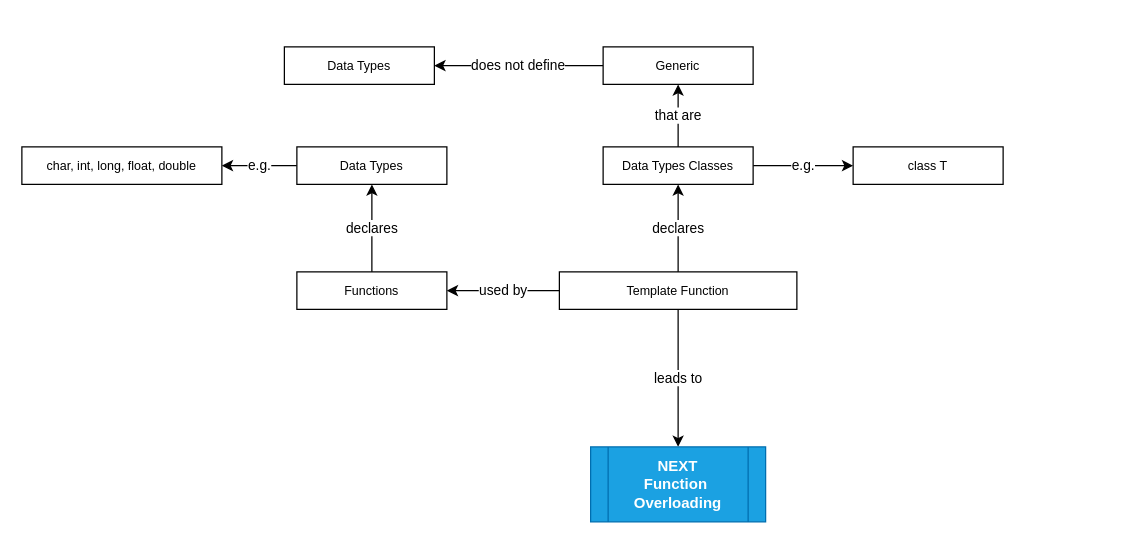
The draw.io diagram page "Template Func (5)" (6 of 17) of revision/Supplementary/Mindmapcpp.drawio in BSCdfdff/LearnCppProgramming, before the edit. Source tidied: cells renumbered, new cells numbered last; positions are measured from the earlier drawing's top-left corner, leaving out a move shared by most shapes. Both pictures are drawn from the tidied source at 125%, with x=0, y=0 at pixel (21, 46).
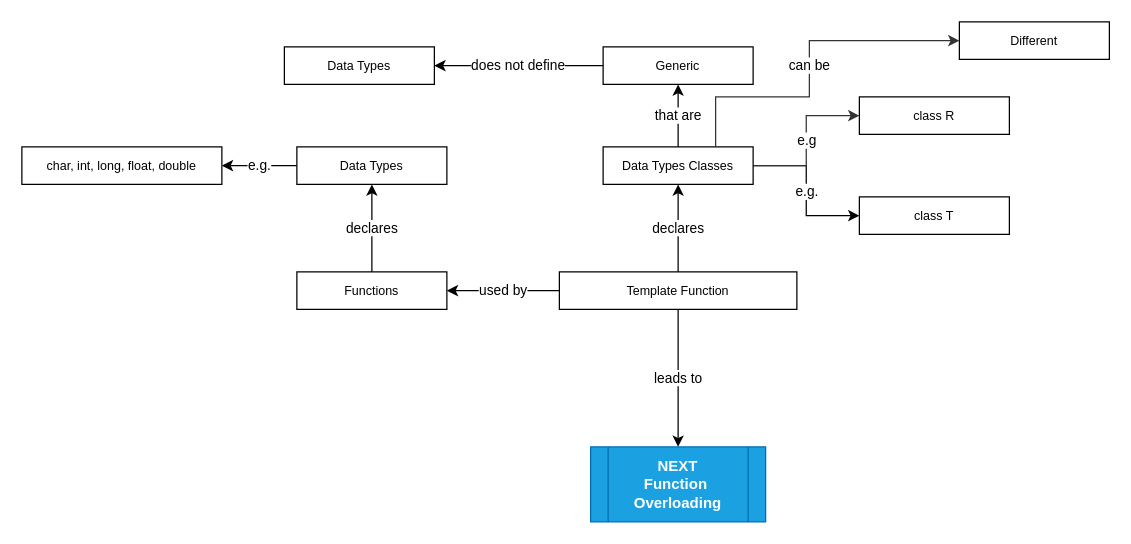
The same page after the edit.

Unchanged cells that the change refers to:
```xml
<mxCell id="12" value="&lt;span style=&quot;font-size: 10px&quot;&gt;Data Types Classes&lt;/span&gt;" style="rounded=0;whiteSpace=wrap;html=1;" parent="1" vertex="1">
  <mxGeometry x="465" y="80" width="120" height="30" as="geometry" />
</mxCell>
```

Diff of the diagram source:
```diff
@@
-    <mxCell id="11" value="e.g." style="edgeStyle=orthogonalEdgeStyle;rounded=0;jettySize=auto;html=1;" parent="1" edge="1" source="12" target="13">
+    <mxCell id="11" value="e.g." style="edgeStyle=orthogonalEdgeStyle;rounded=0;jettySize=auto;html=1;entryX=0;entryY=0.5;entryDx=0;entryDy=0;" parent="1" edge="1" source="12" target="13">
       <mxGeometry relative="1" as="geometry" />
     </mxCell>
+    <mxCell id="19" value="e.g" style="edgeStyle=orthogonalEdgeStyle;rounded=0;jettySize=auto;html=1;strokeColor=#333333;strokeWidth=1;entryX=0;entryY=0.5;entryDx=0;entryDy=0;" parent="1" edge="1" source="12" target="21">
+      <mxGeometry relative="1" as="geometry" />
+    </mxCell>
@@
     <mxCell id="13" value="&lt;span style=&quot;font-size: 10px&quot;&gt;class T&lt;/span&gt;" style="rounded=0;whiteSpace=wrap;html=1;" parent="1" vertex="1">
-      <mxGeometry x="665" y="80" width="120" height="30" as="geometry" />
+      <mxGeometry x="670" y="120" width="120" height="30" as="geometry" />
     </mxCell>
@@
+    <mxCell id="20" value="can be" style="edgeStyle=orthogonalEdgeStyle;rounded=0;jettySize=auto;html=1;strokeColor=#333333;strokeWidth=1;exitX=0.75;exitY=0;exitDx=0;exitDy=0;" parent="1" edge="1" source="12" target="22">
+      <mxGeometry relative="1" as="geometry">
+        <Array as="points">
+          <mxPoint x="555" y="40" />
+          <mxPoint x="630" y="40" />
+          <mxPoint x="630" y="-5" />
+          <mxPoint x="790" y="-5" />
+        </Array>
+      </mxGeometry>
+    </mxCell>
+    <mxCell id="21" value="&lt;span style=&quot;font-size: 10px&quot;&gt;class R&lt;/span&gt;" style="rounded=0;whiteSpace=wrap;html=1;" parent="1" vertex="1">
+      <mxGeometry x="670" y="40" width="120" height="30" as="geometry" />
+    </mxCell>
+    <mxCell id="22" value="&lt;span style=&quot;font-size: 10px&quot;&gt;Different&lt;/span&gt;" style="rounded=0;whiteSpace=wrap;html=1;" parent="1" vertex="1">
+      <mxGeometry x="750" y="-20" width="120" height="30" as="geometry" />
+    </mxCell>
```
